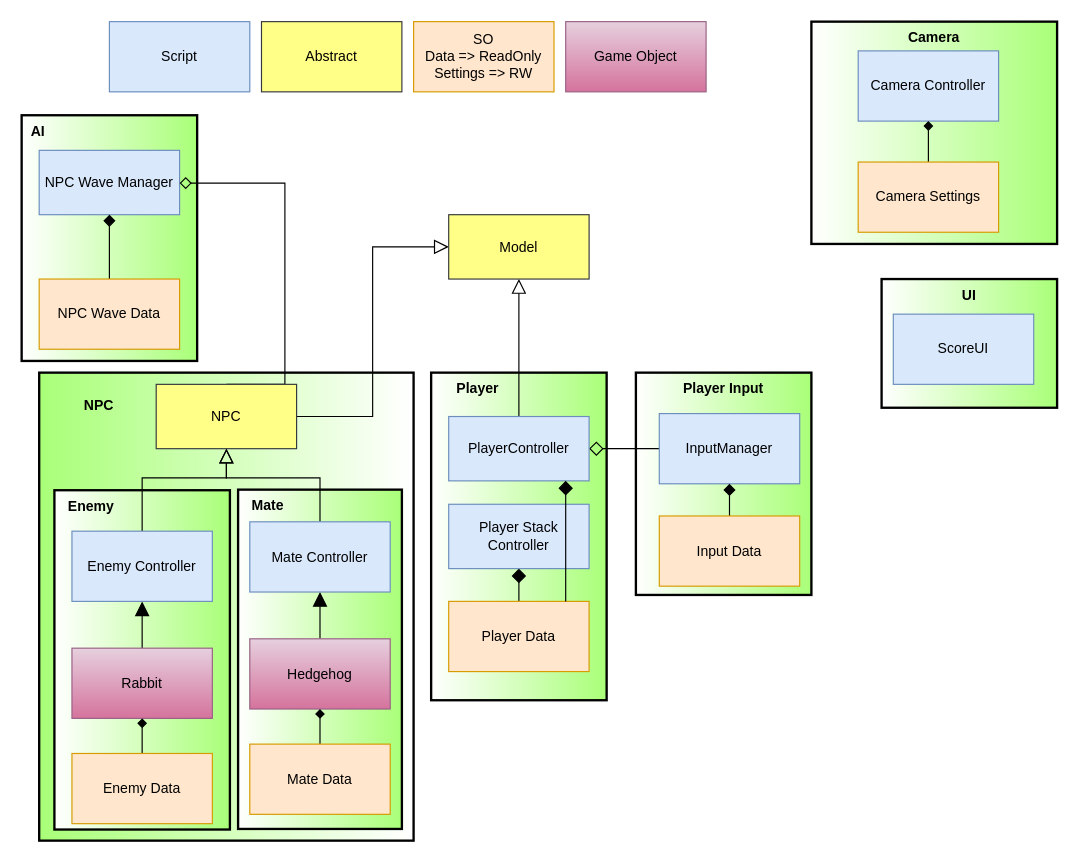
Above: FirstOfUs.drawio in KodluyoruzDev147/H3-OmerAsikoglu-FirstOfUs (draw.io), before the change. Source tidied: cells renumbered, new cells numbered last; positions are measured from the earlier drawing's top-left corner, leaving out a move shared by most shapes. Both pictures are drawn from the tidied source at 117%, with x=0, y=0 at pixel (21, 21).
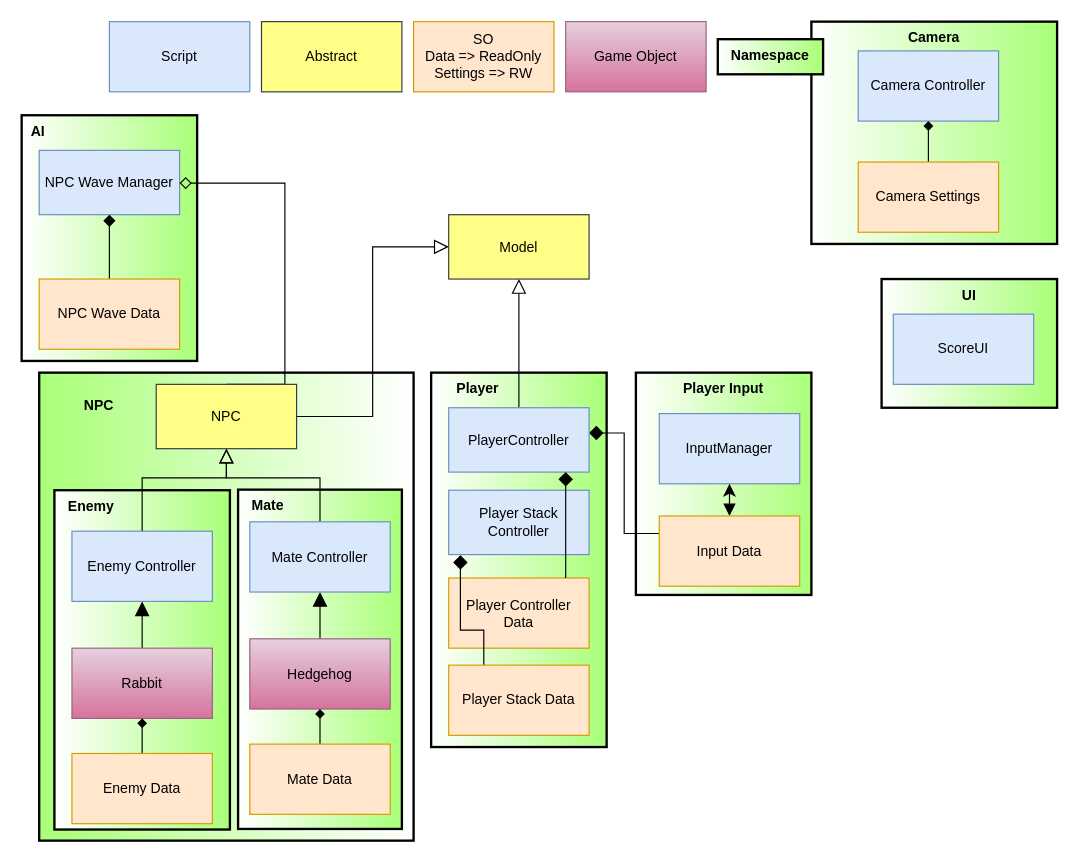
The same diagram, later.

The change refers to these unchanged cells:
```xml
<mxCell id="13" value="InputManager" style="rounded=0;whiteSpace=wrap;html=1;fillColor=#dae8fc;strokeColor=#6c8ebf;" parent="1" vertex="1">
  <mxGeometry x="545" y="335" width="120" height="60" as="geometry" />
</mxCell>
<mxCell id="15" value="Input Data" style="rounded=0;whiteSpace=wrap;html=1;fillColor=#ffe6cc;strokeColor=#d79b00;" parent="1" vertex="1">
  <mxGeometry x="545" y="422.5" width="120" height="60" as="geometry" />
</mxCell>
```

Change to the diagram source:
```diff
@@
     <mxCell id="6" value="&lt;b&gt;&amp;nbsp; &amp;nbsp; &amp;nbsp; Player&lt;/b&gt;" style="rounded=0;whiteSpace=wrap;html=1;fillColor=#A9FF78;arcSize=50;labelPadding=0;shadow=0;sketch=0;glass=0;strokeWidth=2;verticalAlign=top;gradientColor=#ffffff;gradientDirection=west;align=left;" parent="1" vertex="1">
-      <mxGeometry x="350" y="300" width="150" height="280" as="geometry" />
+      <mxGeometry x="350" y="300" width="150" height="320" as="geometry" />
     </mxCell>
@@
-    <mxCell id="12" style="edgeStyle=orthogonalEdgeStyle;rounded=0;jettySize=auto;html=1;endArrow=diamond;endFill=0;endSize=10;" parent="1" edge="1" source="13" target="21">
-      <mxGeometry relative="1" as="geometry" />
-    </mxCell>
@@
-    <mxCell id="14" style="edgeStyle=orthogonalEdgeStyle;rounded=0;jettySize=auto;html=1;startArrow=none;startFill=0;endArrow=diamond;endFill=1;endSize=8;" parent="1" edge="1" source="15" target="13">
+    <mxCell id="14" style="edgeStyle=orthogonalEdgeStyle;rounded=0;jettySize=auto;html=1;startArrow=block;startFill=1;endArrow=classic;endFill=1;endSize=8;startSize=8;" parent="1" edge="1" source="15" target="13">
       <mxGeometry relative="1" as="geometry" />
     </mxCell>
+    <mxCell id="47" style="edgeStyle=orthogonalEdgeStyle;rounded=0;jettySize=auto;html=1;exitX=0;exitY=0.25;exitDx=0;exitDy=0;entryX=1;entryY=0.392;entryDx=0;entryDy=0;entryPerimeter=0;startArrow=none;startFill=0;endArrow=diamond;endFill=1;endSize=10;" parent="1" edge="1" source="15" target="21">
+      <mxGeometry relative="1" as="geometry" />
+    </mxCell>
@@
     <mxCell id="21" value="PlayerController" style="rounded=0;whiteSpace=wrap;html=1;fillColor=#dae8fc;strokeColor=#6c8ebf;" parent="1" vertex="1">
-      <mxGeometry x="365" y="337.5" width="120" height="55" as="geometry" />
+      <mxGeometry x="365" y="330" width="120" height="55" as="geometry" />
     </mxCell>
@@
-    <mxCell id="33" style="edgeStyle=orthogonalEdgeStyle;rounded=0;jettySize=auto;html=1;endArrow=diamond;endFill=1;endSize=10;" parent="1" edge="1" source="34" target="45">
-      <mxGeometry relative="1" as="geometry" />
-    </mxCell>
-    <mxCell id="34" value="Player Data" style="rounded=0;whiteSpace=wrap;html=1;fillColor=#ffe6cc;strokeColor=#d79b00;" parent="1" vertex="1">
-      <mxGeometry x="365" y="495.5" width="120" height="60" as="geometry" />
+    <mxCell id="34" value="Player Controller Data" style="rounded=0;whiteSpace=wrap;html=1;fillColor=#ffe6cc;strokeColor=#d79b00;" parent="1" vertex="1">
+      <mxGeometry x="365" y="475.5" width="120" height="60" as="geometry" />
     </mxCell>
@@
     <mxCell id="45" value="Player Stack Controller" style="rounded=0;whiteSpace=wrap;html=1;fillColor=#dae8fc;strokeColor=#6c8ebf;" parent="1" vertex="1">
-      <mxGeometry x="365" y="412.5" width="120" height="55" as="geometry" />
+      <mxGeometry x="365" y="400.5" width="120" height="55" as="geometry" />
     </mxCell>
@@
+    <mxCell id="48" style="edgeStyle=orthogonalEdgeStyle;rounded=0;jettySize=auto;html=1;exitX=0.25;exitY=0;exitDx=0;exitDy=0;endArrow=diamond;endFill=1;endSize=10;" parent="1" edge="1" source="49">
+      <mxGeometry relative="1" as="geometry">
+        <mxPoint x="375" y="456" as="targetPoint" />
+        <Array as="points">
+          <mxPoint x="395" y="520" />
+          <mxPoint x="375" y="520" />
+        </Array>
+      </mxGeometry>
+    </mxCell>
+    <mxCell id="49" value="Player Stack Data" style="rounded=0;whiteSpace=wrap;html=1;fillColor=#ffe6cc;strokeColor=#d79b00;" parent="1" vertex="1">
+      <mxGeometry x="365" y="550" width="120" height="60" as="geometry" />
+    </mxCell>
+    <mxCell id="50" value="&lt;b&gt;Namespace&lt;/b&gt;" style="rounded=0;whiteSpace=wrap;html=1;fillColor=#A9FF78;arcSize=50;labelPadding=0;shadow=0;sketch=0;glass=0;strokeWidth=2;verticalAlign=top;gradientColor=#ffffff;gradientDirection=west;align=center;" parent="1" vertex="1">
+      <mxGeometry x="595" y="15" width="90" height="30" as="geometry" />
+    </mxCell>
```
